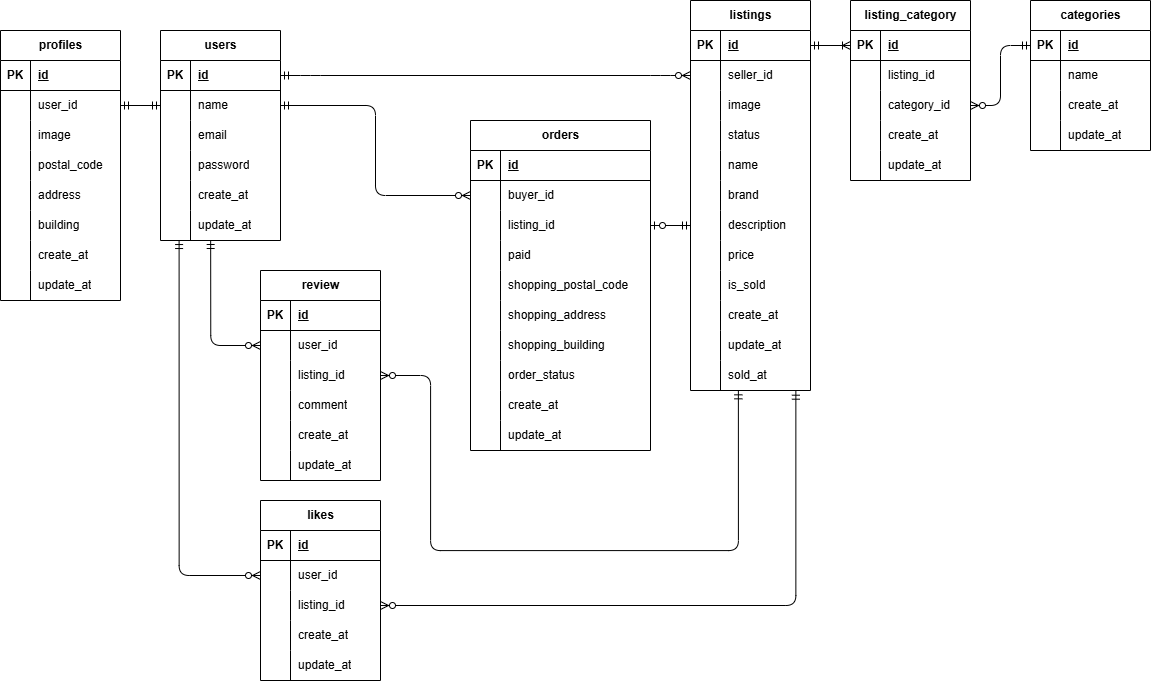
Above: src/index.drawio.png in masaroro/freemarket (draw.io), before the change. Source tidied: cells renumbered, new cells last; positions are measured from the earlier drawing's top-left corner, leaving out a move shared by most shapes.
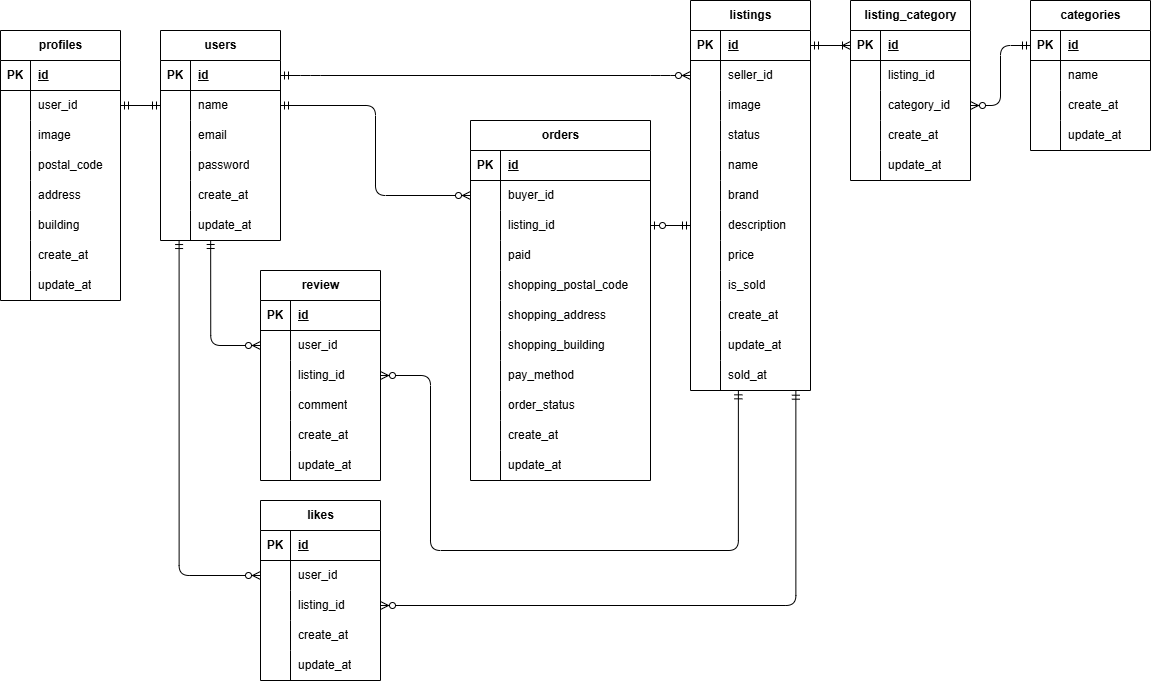
The same diagram one commit later.

Change to the diagram source:
```diff
@@ -333,7 +333,7 @@
       <mxGeometry x="30" width="90" height="30" as="geometry" />
     </mxCell>
     <mxCell id="112" value="orders" style="shape=table;startSize=30;rowLines=0;fontStyle=1;align=center;html=1;" parent="1" vertex="1">
-      <mxGeometry x="470" y="120" width="180" height="330" as="geometry" />
+      <mxGeometry x="470" y="120" width="180" height="360" as="geometry" />
     </mxCell>
     <mxCell id="113" style="shape=tableRow;horizontal=0;startSize=0;swimlaneHead=0;swimlaneBody=0;fillColor=none;top=0;left=0;right=0;bottom=1;" parent="112" vertex="1">
       <mxGeometry y="30" width="180" height="30" as="geometry" />
@@ -398,8 +398,17 @@
     <mxCell id="133" value="shopping_building" style="shape=partialRectangle;fillColor=none;top=0;left=0;bottom=0;right=0;align=left;spacingLeft=6;overflow=hidden;whiteSpace=wrap;html=1;" parent="131" vertex="1">
       <mxGeometry x="30" width="150" height="30" as="geometry" />
     </mxCell>
+    <mxCell id="188" style="shape=tableRow;horizontal=0;startSize=0;swimlaneHead=0;swimlaneBody=0;fillColor=none;top=0;left=0;right=0;bottom=0;" parent="112" vertex="1">
+      <mxGeometry y="240" width="180" height="30" as="geometry" />
+    </mxCell>
+    <mxCell id="189" style="shape=partialRectangle;fillColor=none;top=0;left=0;bottom=0;right=0;overflow=hidden;whiteSpace=wrap;html=1;" parent="188" vertex="1">
+      <mxGeometry width="30" height="30" as="geometry" />
+    </mxCell>
+    <mxCell id="190" value="pay_method" style="shape=partialRectangle;fillColor=none;top=0;left=0;bottom=0;right=0;align=left;spacingLeft=6;overflow=hidden;whiteSpace=wrap;html=1;" parent="188" vertex="1">
+      <mxGeometry x="30" width="150" height="30" as="geometry" />
+    </mxCell>
     <mxCell id="134" style="shape=tableRow;horizontal=0;startSize=0;swimlaneHead=0;swimlaneBody=0;fillColor=none;top=0;left=0;right=0;bottom=0;" parent="112" vertex="1">
-      <mxGeometry y="240" width="180" height="30" as="geometry" />
+      <mxGeometry y="270" width="180" height="30" as="geometry" />
     </mxCell>
     <mxCell id="135" style="shape=partialRectangle;fillColor=none;top=0;left=0;bottom=0;right=0;overflow=hidden;whiteSpace=wrap;html=1;" parent="134" vertex="1">
       <mxGeometry width="30" height="30" as="geometry" />
@@ -408,7 +417,7 @@
       <mxGeometry x="30" width="150" height="30" as="geometry" />
     </mxCell>
     <mxCell id="137" style="shape=tableRow;horizontal=0;startSize=0;swimlaneHead=0;swimlaneBody=0;fillColor=none;top=0;left=0;right=0;bottom=0;" parent="112" vertex="1">
-      <mxGeometry y="270" width="180" height="30" as="geometry" />
+      <mxGeometry y="300" width="180" height="30" as="geometry" />
     </mxCell>
     <mxCell id="138" style="shape=partialRectangle;fillColor=none;top=0;left=0;bottom=0;right=0;overflow=hidden;whiteSpace=wrap;html=1;" parent="137" vertex="1">
       <mxGeometry width="30" height="30" as="geometry" />
@@ -417,7 +426,7 @@
       <mxGeometry x="30" width="150" height="30" as="geometry" />
     </mxCell>
     <mxCell id="140" style="shape=tableRow;horizontal=0;startSize=0;swimlaneHead=0;swimlaneBody=0;fillColor=none;top=0;left=0;right=0;bottom=0;" parent="112" vertex="1">
-      <mxGeometry y="300" width="180" height="30" as="geometry" />
+      <mxGeometry y="330" width="180" height="30" as="geometry" />
     </mxCell>
     <mxCell id="141" style="shape=partialRectangle;fillColor=none;top=0;left=0;bottom=0;right=0;overflow=hidden;whiteSpace=wrap;html=1;" parent="140" vertex="1">
       <mxGeometry width="30" height="30" as="geometry" />
```
